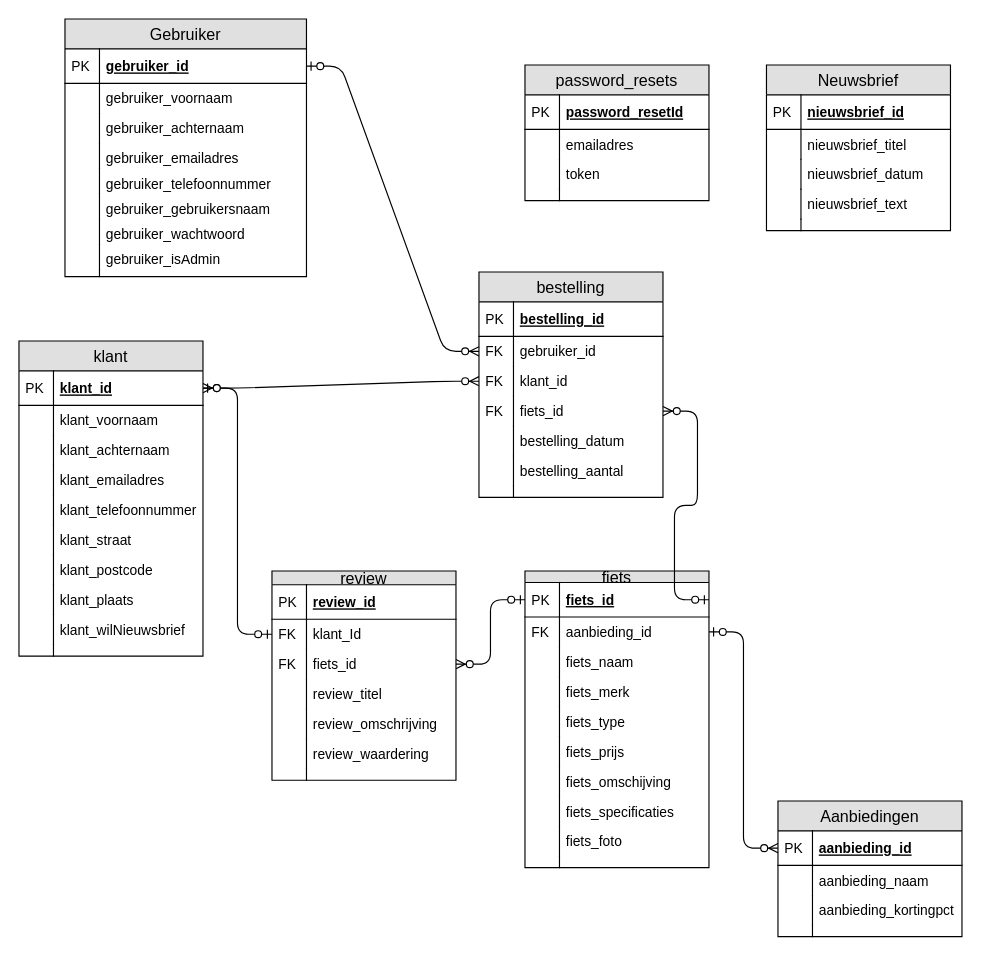
Above: Database/Chaingang_ERD.drawio in Unlimitits/ChainGang (draw.io), before the change. Source tidied: cells renumbered, new cells numbered last; positions are measured from the earlier drawing's top-left corner, leaving out a move shared by most shapes. Both pictures are drawn from the tidied source at 115%, with x=0, y=0 at pixel (18, 18).
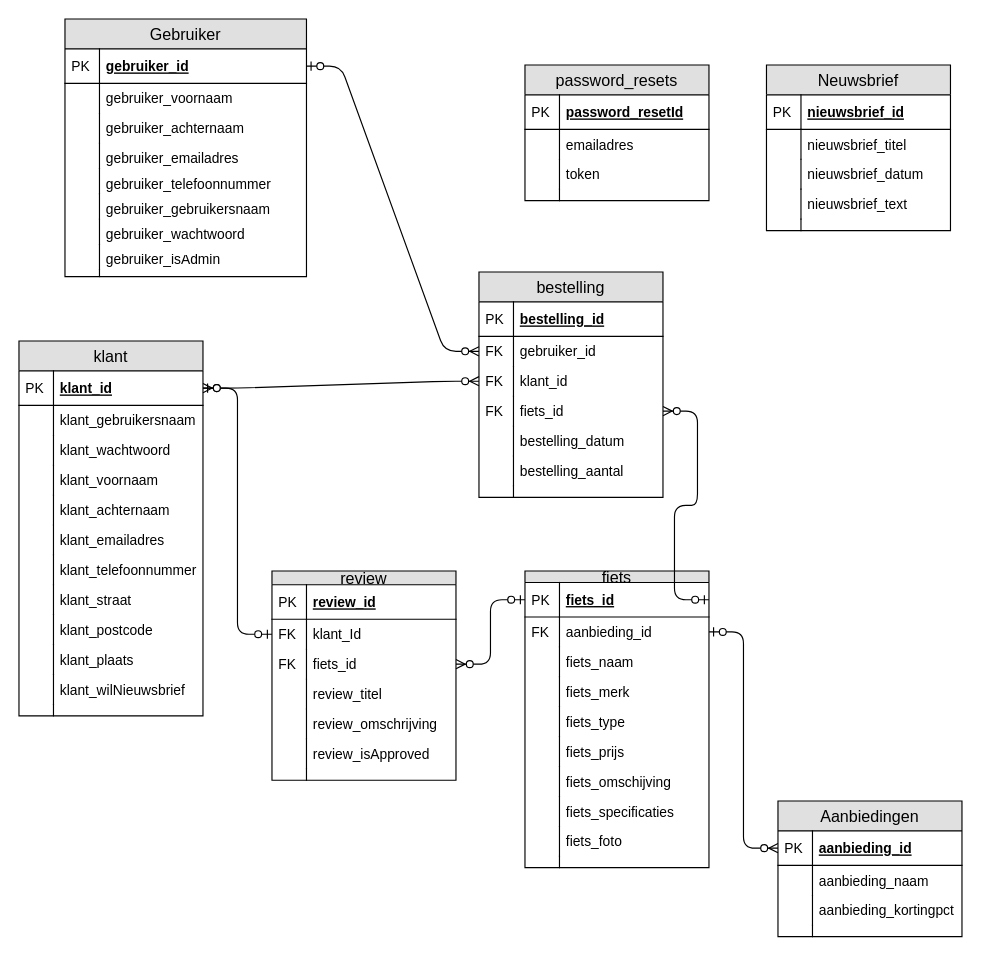
After the change.

The change refers to these unchanged cells:
```xml
<mxCell id="59" value="review" style="swimlane;fontStyle=0;horizontal=1;startSize=12;fillColor=#e0e0e0;swimlaneFillColor=#ffffff;align=center;fontSize=14;" parent="1" vertex="1">
  <mxGeometry x="220" y="480" width="160" height="182" as="geometry" />
</mxCell>
```

What changed in the source:
```diff
@@
     <mxCell id="38" value="klant" style="swimlane;fontStyle=0;horizontal=1;startSize=26;fillColor=#e0e0e0;swimlaneFillColor=#ffffff;align=center;fontSize=14;" parent="1" vertex="1">
-      <mxGeometry y="280" width="160" height="274" as="geometry" />
+      <mxGeometry y="280" width="160" height="326" as="geometry" />
     </mxCell>
@@
-    <mxCell id="41" value="klant_voornaam" style="shape=partialRectangle;top=0;left=0;right=0;bottom=0;align=left;verticalAlign=top;fillColor=none;spacingLeft=34;spacingRight=4;overflow=hidden;fontSize=12;" parent="38" vertex="1">
+    <mxCell id="41" value="klant_gebruikersnaam" style="shape=partialRectangle;top=0;left=0;right=0;bottom=0;align=left;verticalAlign=top;fillColor=none;spacingLeft=34;spacingRight=4;overflow=hidden;fontSize=12;" parent="38" vertex="1">
       <mxGeometry y="56" width="160" height="26" as="geometry" />
     </mxCell>
@@
+    <mxCell id="128" value="klant_wachtwoord" style="shape=partialRectangle;top=0;left=0;right=0;bottom=0;align=left;verticalAlign=top;fillColor=none;spacingLeft=34;spacingRight=4;overflow=hidden;fontSize=12;" parent="38" vertex="1">
+      <mxGeometry y="82" width="160" height="26" as="geometry" />
+    </mxCell>
+    <mxCell id="129" style="shape=partialRectangle;top=0;left=0;bottom=0;fillColor=none;align=left;verticalAlign=top;spacingLeft=4;spacingRight=4;overflow=hidden;fontSize=12;" parent="128" vertex="1">
+      <mxGeometry width="30" height="26" as="geometry" />
+    </mxCell>
+    <mxCell id="130" value="klant_voornaam" style="shape=partialRectangle;top=0;left=0;right=0;bottom=0;align=left;verticalAlign=top;fillColor=none;spacingLeft=34;spacingRight=4;overflow=hidden;fontSize=12;" parent="38" vertex="1">
+      <mxGeometry y="108" width="160" height="26" as="geometry" />
+    </mxCell>
+    <mxCell id="131" style="shape=partialRectangle;top=0;left=0;bottom=0;fillColor=none;align=left;verticalAlign=top;spacingLeft=4;spacingRight=4;overflow=hidden;fontSize=12;" parent="130" vertex="1">
+      <mxGeometry width="30" height="26" as="geometry" />
+    </mxCell>
     <mxCell id="43" value="klant_achternaam" style="shape=partialRectangle;top=0;left=0;right=0;bottom=0;align=left;verticalAlign=top;fillColor=none;spacingLeft=34;spacingRight=4;overflow=hidden;fontSize=12;" parent="38" vertex="1">
-      <mxGeometry y="82" width="160" height="26" as="geometry" />
+      <mxGeometry y="134" width="160" height="26" as="geometry" />
     </mxCell>
@@
     <mxCell id="45" value="klant_emailadres" style="shape=partialRectangle;top=0;left=0;right=0;bottom=0;align=left;verticalAlign=top;fillColor=none;spacingLeft=34;spacingRight=4;overflow=hidden;fontSize=12;" parent="38" vertex="1">
-      <mxGeometry y="108" width="160" height="26" as="geometry" />
+      <mxGeometry y="160" width="160" height="26" as="geometry" />
     </mxCell>
@@
     <mxCell id="47" value="klant_telefoonnummer" style="shape=partialRectangle;top=0;left=0;right=0;bottom=0;align=left;verticalAlign=top;fillColor=none;spacingLeft=34;spacingRight=4;overflow=hidden;fontSize=12;" parent="38" vertex="1">
-      <mxGeometry y="134" width="160" height="26" as="geometry" />
+      <mxGeometry y="186" width="160" height="26" as="geometry" />
     </mxCell>
@@
     <mxCell id="49" value="klant_straat" style="shape=partialRectangle;top=0;left=0;right=0;bottom=0;align=left;verticalAlign=top;fillColor=none;spacingLeft=34;spacingRight=4;overflow=hidden;fontSize=12;" parent="38" vertex="1">
-      <mxGeometry y="160" width="160" height="26" as="geometry" />
+      <mxGeometry y="212" width="160" height="26" as="geometry" />
     </mxCell>
@@
     <mxCell id="51" value="klant_postcode" style="shape=partialRectangle;top=0;left=0;right=0;bottom=0;align=left;verticalAlign=top;fillColor=none;spacingLeft=34;spacingRight=4;overflow=hidden;fontSize=12;" parent="38" vertex="1">
-      <mxGeometry y="186" width="160" height="26" as="geometry" />
+      <mxGeometry y="238" width="160" height="26" as="geometry" />
     </mxCell>
@@
     <mxCell id="53" value="klant_plaats" style="shape=partialRectangle;top=0;left=0;right=0;bottom=0;align=left;verticalAlign=top;fillColor=none;spacingLeft=34;spacingRight=4;overflow=hidden;fontSize=12;" parent="38" vertex="1">
-      <mxGeometry y="212" width="160" height="26" as="geometry" />
+      <mxGeometry y="264" width="160" height="26" as="geometry" />
     </mxCell>
@@
     <mxCell id="55" value="klant_wilNieuwsbrief" style="shape=partialRectangle;top=0;left=0;right=0;bottom=0;align=left;verticalAlign=top;fillColor=none;spacingLeft=34;spacingRight=4;overflow=hidden;fontSize=12;" parent="38" vertex="1">
-      <mxGeometry y="238" width="160" height="26" as="geometry" />
+      <mxGeometry y="290" width="160" height="26" as="geometry" />
     </mxCell>
@@
     <mxCell id="57" style="shape=partialRectangle;top=0;left=0;right=0;bottom=0;align=left;verticalAlign=top;fillColor=none;spacingLeft=34;spacingRight=4;overflow=hidden;fontSize=12;" parent="38" vertex="1">
-      <mxGeometry y="264" width="160" height="10" as="geometry" />
+      <mxGeometry y="316" width="160" height="10" as="geometry" />
     </mxCell>
@@
-    <mxCell id="70" value="review_waardering" style="shape=partialRectangle;top=0;left=0;right=0;bottom=0;align=left;verticalAlign=top;fillColor=none;spacingLeft=34;spacingRight=4;overflow=hidden;fontSize=12;" parent="59" vertex="1">
+    <mxCell id="70" value="review_isApproved" style="shape=partialRectangle;top=0;left=0;right=0;bottom=0;align=left;verticalAlign=top;fillColor=none;spacingLeft=34;spacingRight=4;overflow=hidden;fontSize=12;" parent="59" vertex="1">
       <mxGeometry y="146" width="160" height="26" as="geometry" />
     </mxCell>
```
